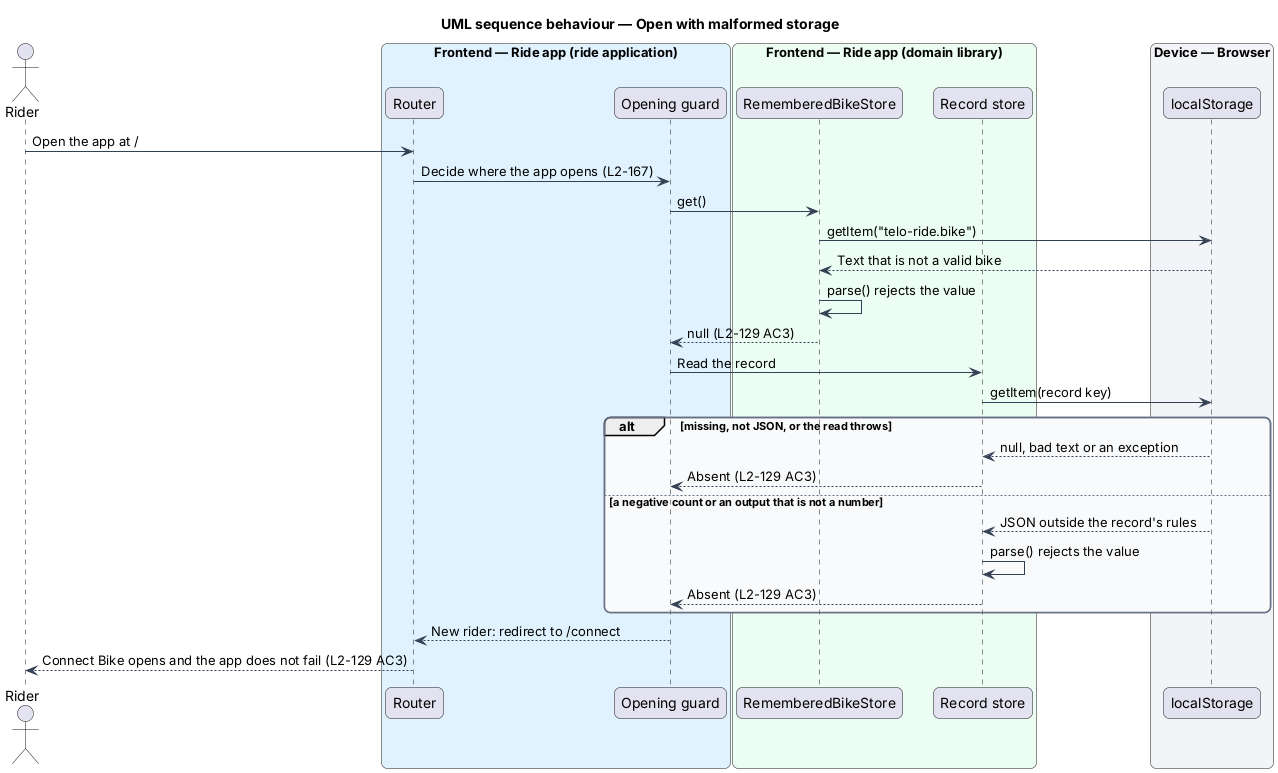
This is docs/detailed-designs/security/treat-device-data-as-untrusted/diagrams/sequence-open-with-malformed-storage.png from QuinntyneBrown/ride-one, a PlantUML export, as it was before one commit. Source of this version:
```plantuml
@startuml
title UML sequence behaviour — Open with malformed storage
skinparam backgroundColor #FFFFFF
skinparam shadowing false
skinparam roundcorner 12
skinparam defaultFontName Arial
skinparam ArrowColor #344054
skinparam rectangle {
  BorderColor #344054
  FontColor #101828
}
skinparam package {
  BorderColor #667085
  FontColor #101828
  BackgroundColor #F9FAFB
}
actor "Rider" as rider
box "Frontend — Ride app (ride application)" #E0F2FE
  participant "Router" as router
  participant "Opening guard" as guard
end box
box "Frontend — Ride app (domain library)" #ECFDF3
  participant "RememberedBikeStore" as bikeStore
  participant "Record store" as recordStore
end box
box "Device — Browser" #F2F4F7
  participant "localStorage" as ls
end box
rider -> router : Open the app at /
router -> guard : Decide where the app opens (L2-167)
guard -> bikeStore : get()
bikeStore -> ls : getItem("telo-ride.bike")
ls --> bikeStore : Text that is not a valid bike
bikeStore -> bikeStore : parse() rejects the value
bikeStore --> guard : null (L2-129 AC3)
guard -> recordStore : Read the record
recordStore -> ls : getItem(record key)
alt missing, not JSON, or the read throws
  ls --> recordStore : null, bad text or an exception
  recordStore --> guard : Absent (L2-129 AC3)
else a negative count or an output that is not a number
  ls --> recordStore : JSON outside the record's rules
  recordStore -> recordStore : parse() rejects the value
  recordStore --> guard : Absent (L2-129 AC3)
end
guard --> router : New rider: redirect to /connect
router --> rider : Connect Bike opens and the app does not fail (L2-129 AC3)
@enduml
```
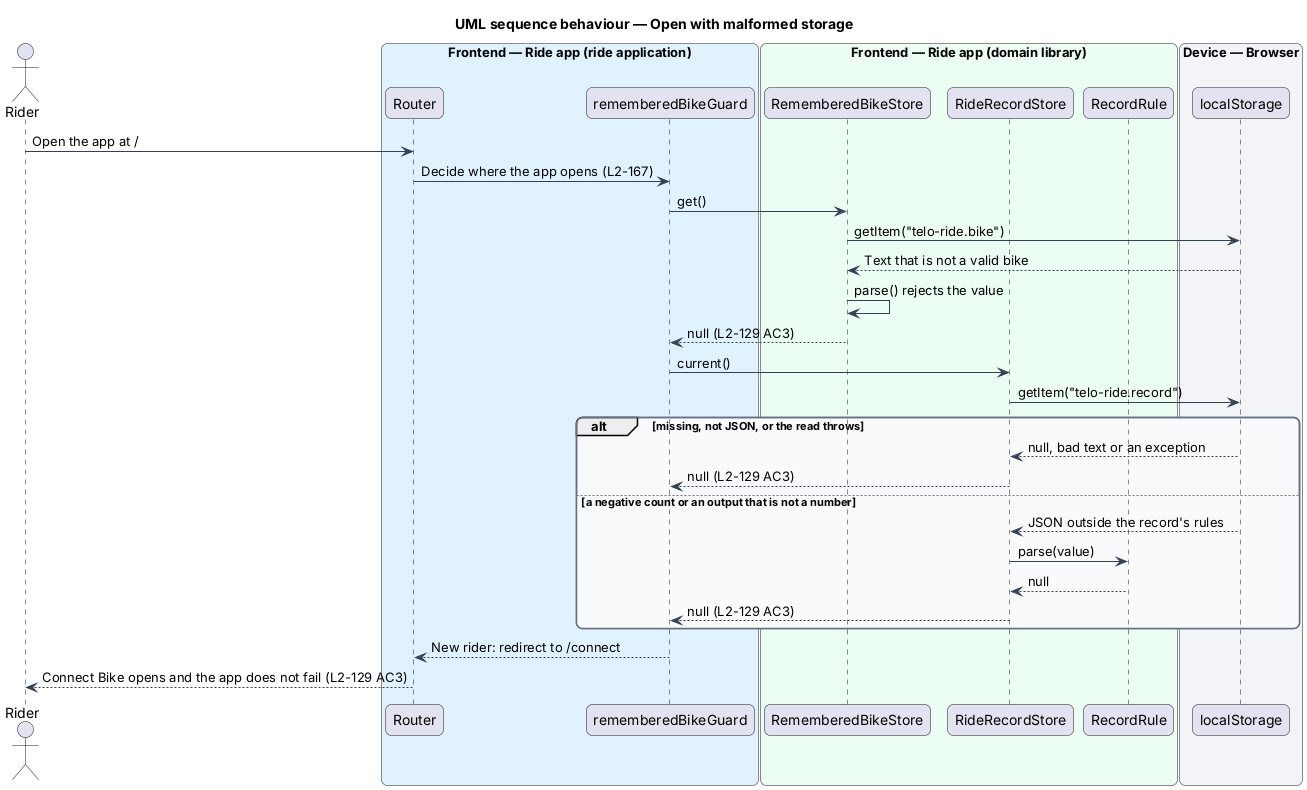
Above is the later version.

Diff of the diagram source:
```diff
@@ -17,11 +17,12 @@
 actor "Rider" as rider
 box "Frontend — Ride app (ride application)" #E0F2FE
   participant "Router" as router
-  participant "Opening guard" as guard
+  participant "rememberedBikeGuard" as guard
 end box
 box "Frontend — Ride app (domain library)" #ECFDF3
   participant "RememberedBikeStore" as bikeStore
-  participant "Record store" as recordStore
+  participant "RideRecordStore" as recordStore
+  participant "RecordRule" as rule
 end box
 box "Device — Browser" #F2F4F7
   participant "localStorage" as ls
@@ -33,15 +34,16 @@
 ls --> bikeStore : Text that is not a valid bike
 bikeStore -> bikeStore : parse() rejects the value
 bikeStore --> guard : null (L2-129 AC3)
-guard -> recordStore : Read the record
-recordStore -> ls : getItem(record key)
+guard -> recordStore : current()
+recordStore -> ls : getItem("telo-ride.record")
 alt missing, not JSON, or the read throws
   ls --> recordStore : null, bad text or an exception
-  recordStore --> guard : Absent (L2-129 AC3)
+  recordStore --> guard : null (L2-129 AC3)
 else a negative count or an output that is not a number
   ls --> recordStore : JSON outside the record's rules
-  recordStore -> recordStore : parse() rejects the value
-  recordStore --> guard : Absent (L2-129 AC3)
+  recordStore -> rule : parse(value)
+  rule --> recordStore : null
+  recordStore --> guard : null (L2-129 AC3)
 end
 guard --> router : New rider: redirect to /connect
 router --> rider : Connect Bike opens and the app does not fail (L2-129 AC3)
```
